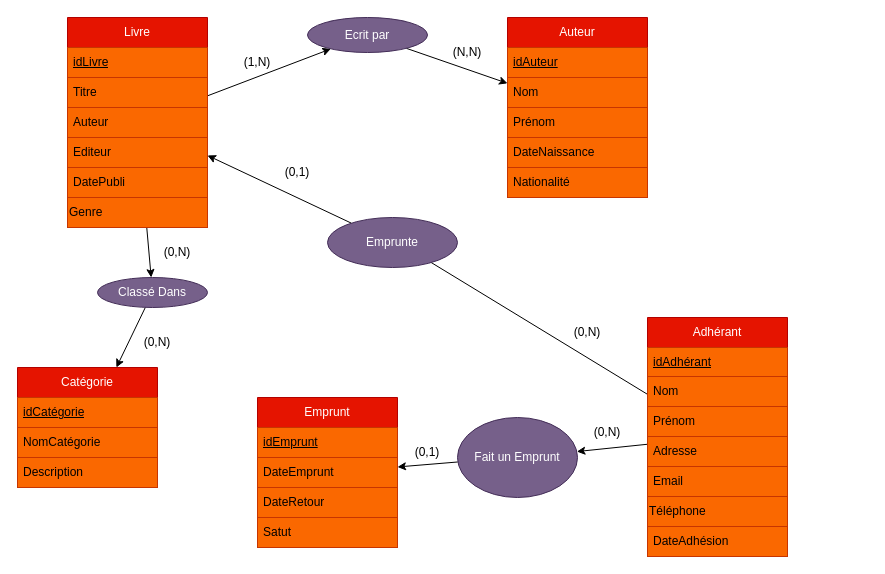
Earlier version of the draw.io diagram Drawio/Exo3bd.dio (shadowforce78/UVSQ). Source tidied: cells renumbered, new cells numbered last; positions are measured from the earlier drawing's top-left corner, leaving out a move shared by most shapes. Both pictures are drawn from the tidied source at 100%, with x=0, y=0 at pixel (17, 17).
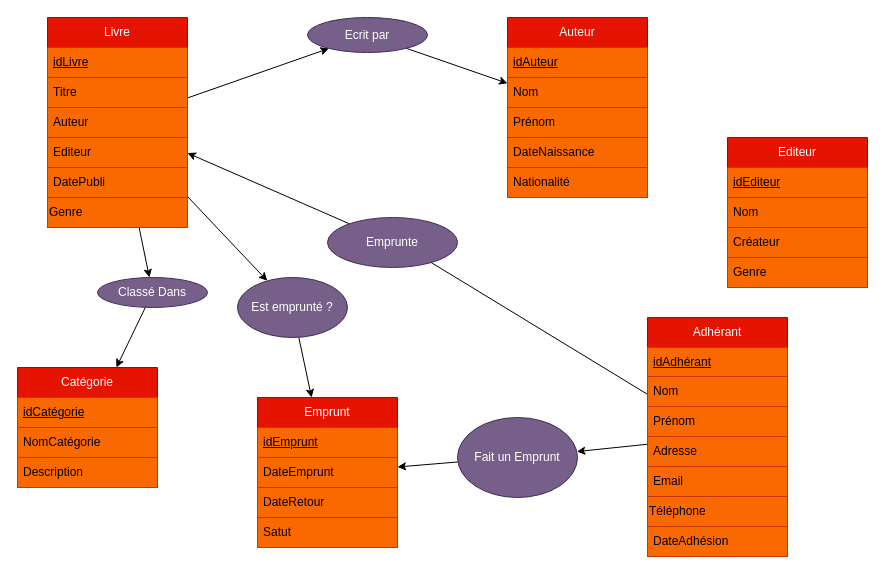
The same diagram, later.

Commit message:
vault backup: 2024-11-22 16:25:40

Unchanged cells that the change refers to:
```xml
<mxCell id="27" value="Emprunt" style="swimlane;fontStyle=0;horizontal=1;startSize=30;whiteSpace=wrap;html=1;fillColor=#e51400;fontColor=#ffffff;strokeColor=#B20000;" parent="1" vertex="1">
  <mxGeometry x="240" y="380" width="140" height="150" as="geometry" />
</mxCell>
```

Diff of the diagram source:
```diff
@@
+    <mxCell id="52" style="edgeStyle=none;html=1;" parent="1" edge="1" source="4" target="54">
+      <mxGeometry relative="1" as="geometry" />
+    </mxCell>
     <mxCell id="4" value="Livre" style="swimlane;fontStyle=0;horizontal=1;startSize=30;whiteSpace=wrap;html=1;fillColor=#e51400;fontColor=#ffffff;strokeColor=#B20000;" parent="1" vertex="1">
-      <mxGeometry x="50" width="140" height="210" as="geometry" />
+      <mxGeometry x="30" width="140" height="210" as="geometry" />
     </mxCell>
@@
-    <mxCell id="38" value="(1,N)" style="text;html=1;strokeColor=none;fillColor=none;align=center;verticalAlign=middle;whiteSpace=wrap;rounded=0;" parent="1" vertex="1">
-      <mxGeometry x="210" y="30" width="60" height="30" as="geometry" />
-    </mxCell>
-    <mxCell id="39" value="(N,N)" style="text;html=1;strokeColor=none;fillColor=none;align=center;verticalAlign=middle;whiteSpace=wrap;rounded=0;" parent="1" vertex="1">
-      <mxGeometry x="420" y="20" width="60" height="30" as="geometry" />
-    </mxCell>
@@
-    <mxCell id="42" value="(0,N)" style="text;html=1;strokeColor=none;fillColor=none;align=center;verticalAlign=middle;whiteSpace=wrap;rounded=0;" parent="1" vertex="1">
-      <mxGeometry x="130" y="220" width="60" height="30" as="geometry" />
-    </mxCell>
-    <mxCell id="43" value="(0,N)" style="text;html=1;strokeColor=none;fillColor=none;align=center;verticalAlign=middle;whiteSpace=wrap;rounded=0;" parent="1" vertex="1">
-      <mxGeometry x="110" y="310" width="60" height="30" as="geometry" />
-    </mxCell>
@@
-    <mxCell id="48" value="(0,N)" style="text;html=1;strokeColor=none;fillColor=none;align=center;verticalAlign=middle;whiteSpace=wrap;rounded=0;" parent="1" vertex="1">
-      <mxGeometry x="540" y="300" width="60" height="30" as="geometry" />
-    </mxCell>
-    <mxCell id="49" value="(0,1)" style="text;html=1;strokeColor=none;fillColor=none;align=center;verticalAlign=middle;whiteSpace=wrap;rounded=0;" parent="1" vertex="1">
-      <mxGeometry x="250" y="140" width="60" height="30" as="geometry" />
-    </mxCell>
-    <mxCell id="50" value="(0,N)" style="text;html=1;strokeColor=none;fillColor=none;align=center;verticalAlign=middle;whiteSpace=wrap;rounded=0;" parent="1" vertex="1">
-      <mxGeometry x="560" y="400" width="60" height="30" as="geometry" />
-    </mxCell>
-    <mxCell id="51" value="(0,1)" style="text;html=1;strokeColor=none;fillColor=none;align=center;verticalAlign=middle;whiteSpace=wrap;rounded=0;" parent="1" vertex="1">
-      <mxGeometry x="380" y="420" width="60" height="30" as="geometry" />
-    </mxCell>
+    <mxCell id="53" style="edgeStyle=none;html=1;" parent="1" edge="1" source="54" target="27">
+      <mxGeometry relative="1" as="geometry" />
+    </mxCell>
+    <mxCell id="54" value="Est emprunté ?" style="ellipse;whiteSpace=wrap;html=1;fillColor=#76608a;fontColor=#ffffff;strokeColor=#432D57;" parent="1" vertex="1">
+      <mxGeometry x="220" y="260" width="110" height="60" as="geometry" />
+    </mxCell>
+    <mxCell id="55" value="Editeur" style="swimlane;fontStyle=0;horizontal=1;startSize=30;whiteSpace=wrap;html=1;fillColor=#e51400;fontColor=#ffffff;strokeColor=#B20000;" parent="1" vertex="1">
+      <mxGeometry x="710" y="120" width="140" height="150" as="geometry" />
+    </mxCell>
+    <mxCell id="56" value="&lt;u&gt;idEditeur&lt;/u&gt;" style="text;strokeColor=#C73500;fillColor=#fa6800;align=left;verticalAlign=middle;spacingLeft=4;spacingRight=4;overflow=hidden;whiteSpace=wrap;html=1;fontColor=#000000;" parent="55" vertex="1">
+      <mxGeometry y="30" width="140" height="30" as="geometry" />
+    </mxCell>
+    <mxCell id="57" value="Nom" style="text;strokeColor=#C73500;fillColor=#fa6800;align=left;verticalAlign=middle;spacingLeft=4;spacingRight=4;overflow=hidden;whiteSpace=wrap;html=1;fontColor=#000000;" parent="55" vertex="1">
+      <mxGeometry y="60" width="140" height="30" as="geometry" />
+    </mxCell>
+    <mxCell id="58" value="Créateur" style="text;strokeColor=#C73500;fillColor=#fa6800;align=left;verticalAlign=middle;spacingLeft=4;spacingRight=4;overflow=hidden;whiteSpace=wrap;html=1;fontColor=#000000;" parent="55" vertex="1">
+      <mxGeometry y="90" width="140" height="30" as="geometry" />
+    </mxCell>
+    <mxCell id="59" value="Genre" style="text;strokeColor=#C73500;fillColor=#fa6800;align=left;verticalAlign=middle;spacingLeft=4;spacingRight=4;overflow=hidden;whiteSpace=wrap;html=1;fontColor=#000000;" parent="55" vertex="1">
+      <mxGeometry y="120" width="140" height="30" as="geometry" />
+    </mxCell>
```
